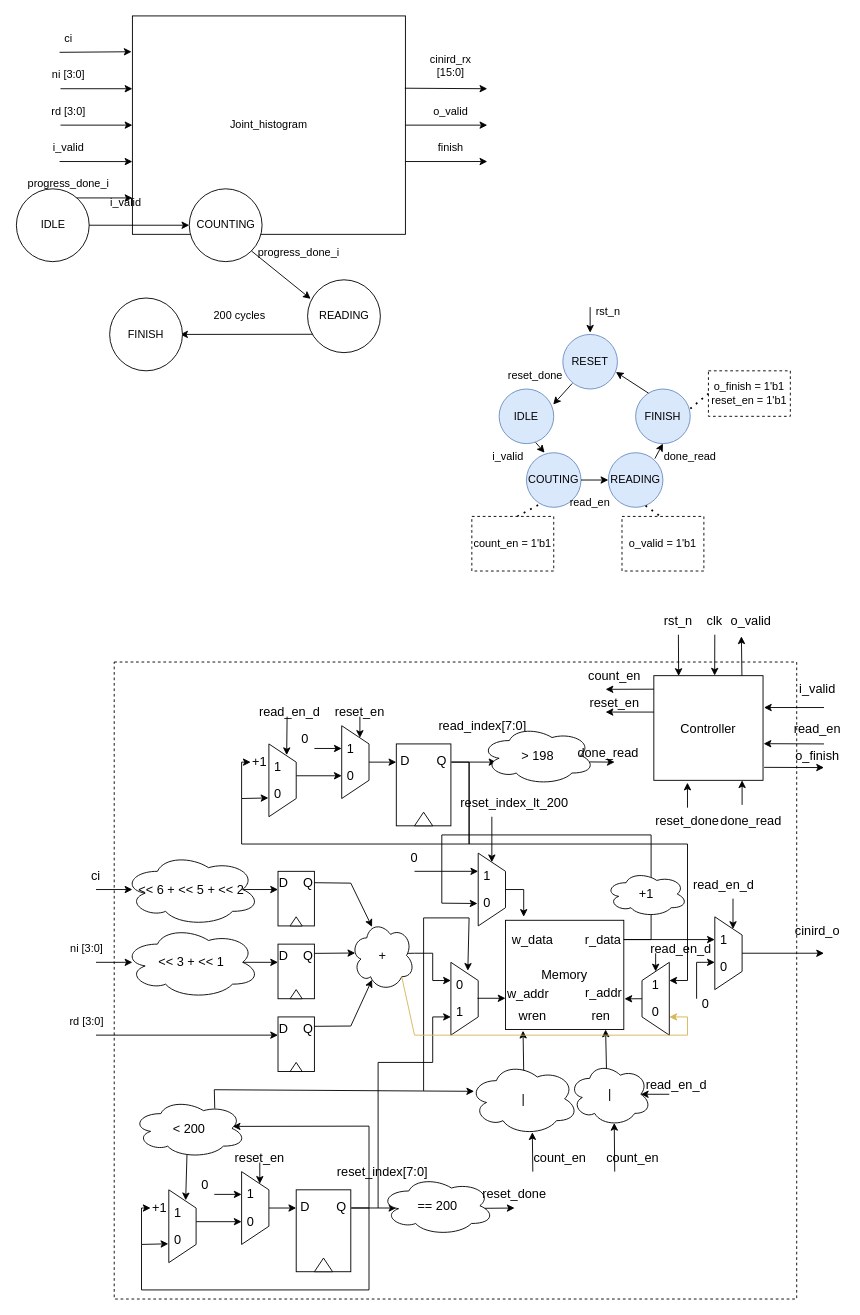
Hieuueihm/Thesis keeps this draw.io diagram as report/drawio/JointHistogram.drawio. Above is the earlier version. Source tidied: cells renumbered, new cells numbered last; positions are measured from the earlier drawing's top-left corner, leaving out a move shared by most shapes. Both pictures are drawn from the tidied source at 91%, with x=0, y=0 at pixel (15, 15).
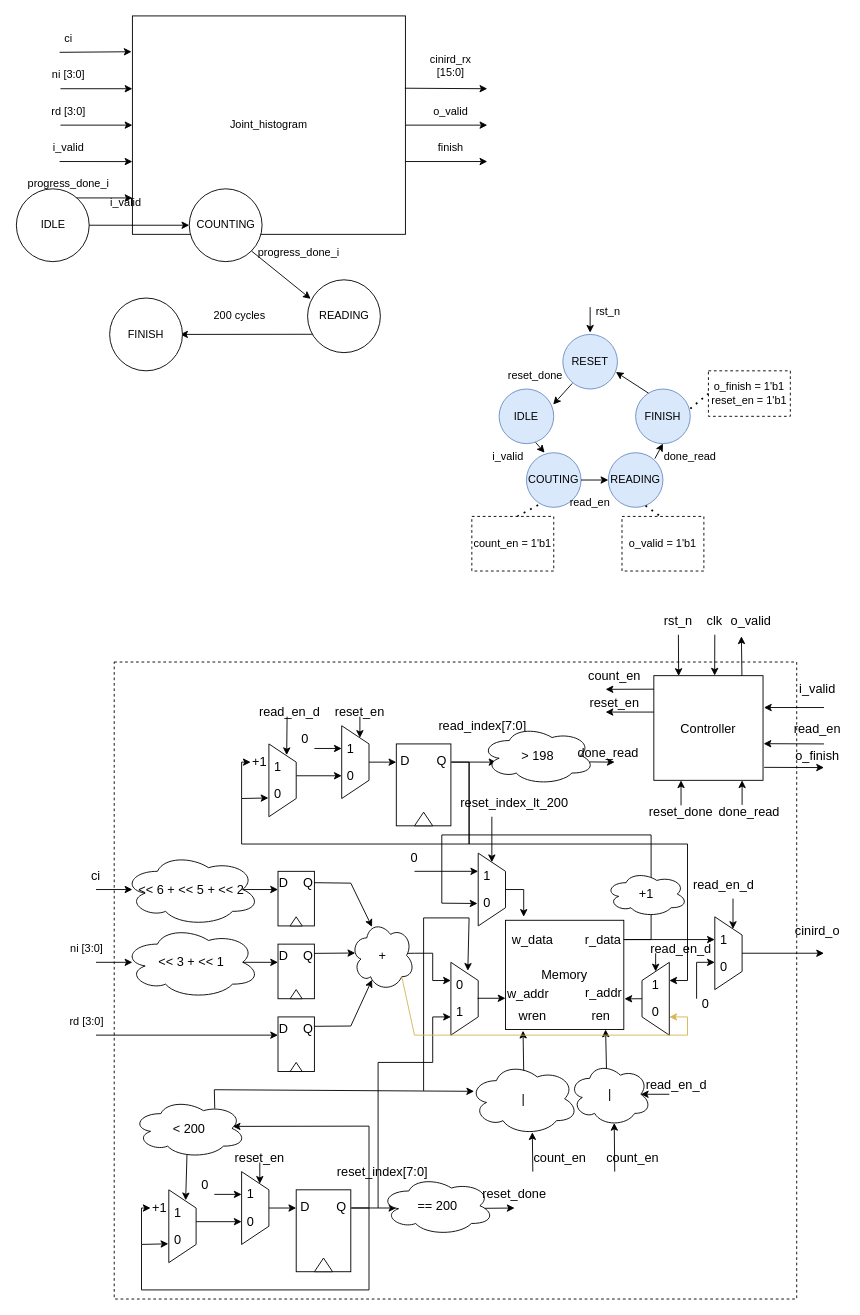
The same diagram, later.

Unchanged cells that the change refers to:
```xml
<mxCell id="196" value="Controller" style="rounded=0;whiteSpace=wrap;html=1;fontSize=14;" parent="1" vertex="1">
  <mxGeometry x="701" y="725" width="120" height="115" as="geometry" />
</mxCell>
```

The edit, as a diff of the source:
```diff
@@
-    <mxCell id="197" style="endArrow=classic;html=1;rounded=0;entryX=0.308;entryY=1.022;entryDx=0;entryDy=0;entryPerimeter=0;fontSize=14;" parent="1" edge="1" target="196">
+    <mxCell id="197" style="endArrow=classic;html=1;rounded=0;entryX=0.308;entryY=1.022;entryDx=0;entryDy=0;entryPerimeter=0;fontSize=14;" parent="1" edge="1">
       <mxGeometry relative="1" as="geometry">
-        <mxPoint x="738" y="870" as="sourcePoint" />
+        <mxPoint x="730.9" y="867.5" as="sourcePoint" />
+        <mxPoint x="730.9" y="840" as="targetPoint" />
       </mxGeometry>
     </mxCell>
     <mxCell id="198" value="reset_done" style="text;html=1;align=center;verticalAlign=middle;whiteSpace=wrap;rounded=0;fontSize=14;" parent="1" vertex="1">
-      <mxGeometry x="708" y="870" width="60" height="30" as="geometry" />
+      <mxGeometry x="701" y="860" width="60" height="30" as="geometry" />
     </mxCell>
@@
     <mxCell id="204" value="done_read" style="text;html=1;align=center;verticalAlign=middle;whiteSpace=wrap;rounded=0;fontSize=14;" parent="1" vertex="1">
-      <mxGeometry x="778" y="870" width="60" height="30" as="geometry" />
+      <mxGeometry x="776" y="860" width="60" height="30" as="geometry" />
     </mxCell>
```
